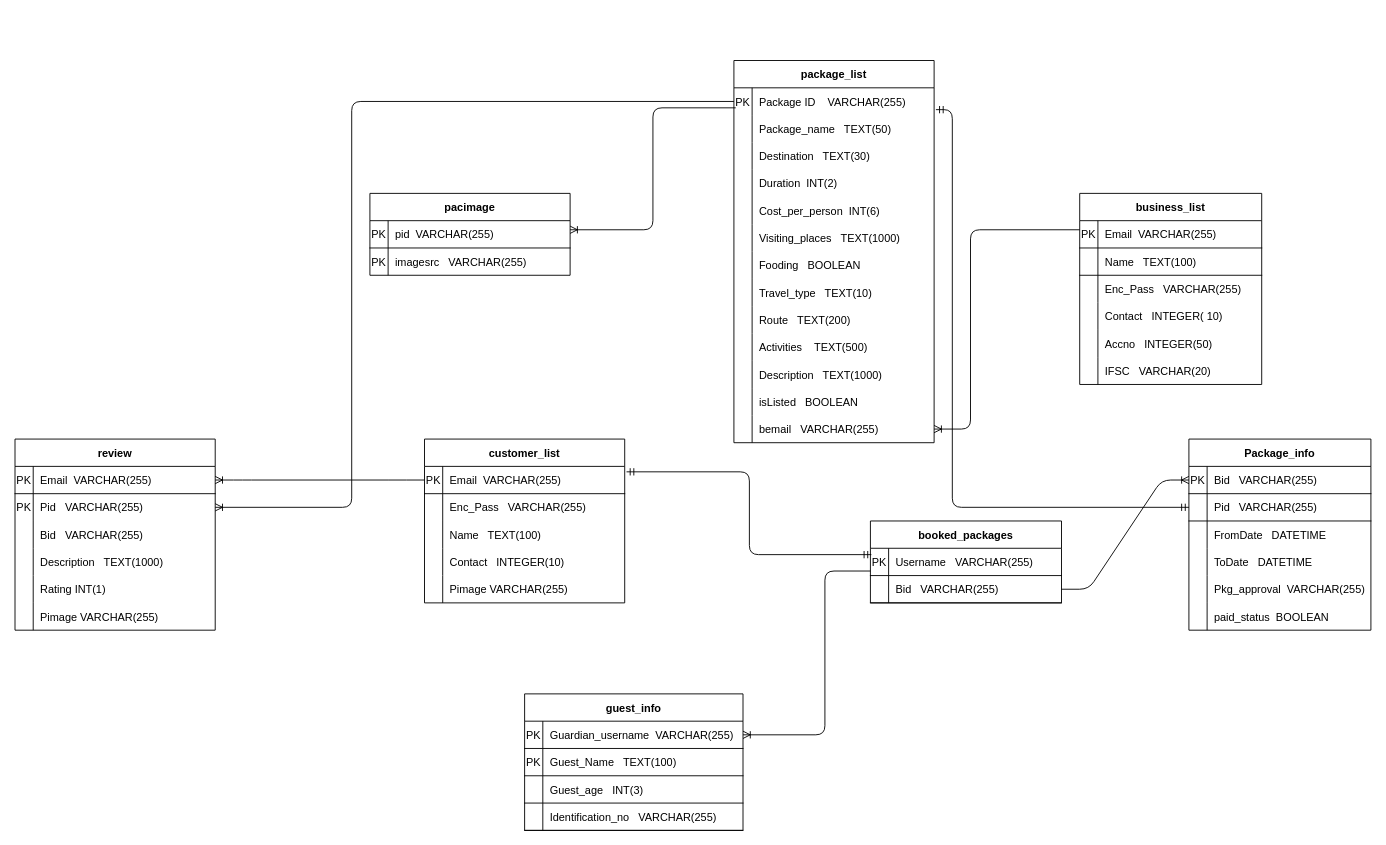
PCMasterRace007/ER keeps this draw.io diagram as ERD_SCHEMA_WITH_PAKCAGE.drawio. Above is the earlier version. Source tidied: cells renumbered, new cells numbered last; positions are measured from the earlier drawing's top-left corner, leaving out a move shared by most shapes. Both pictures are drawn from the tidied source at 91%, with x=0, y=0 at pixel (15, 60).
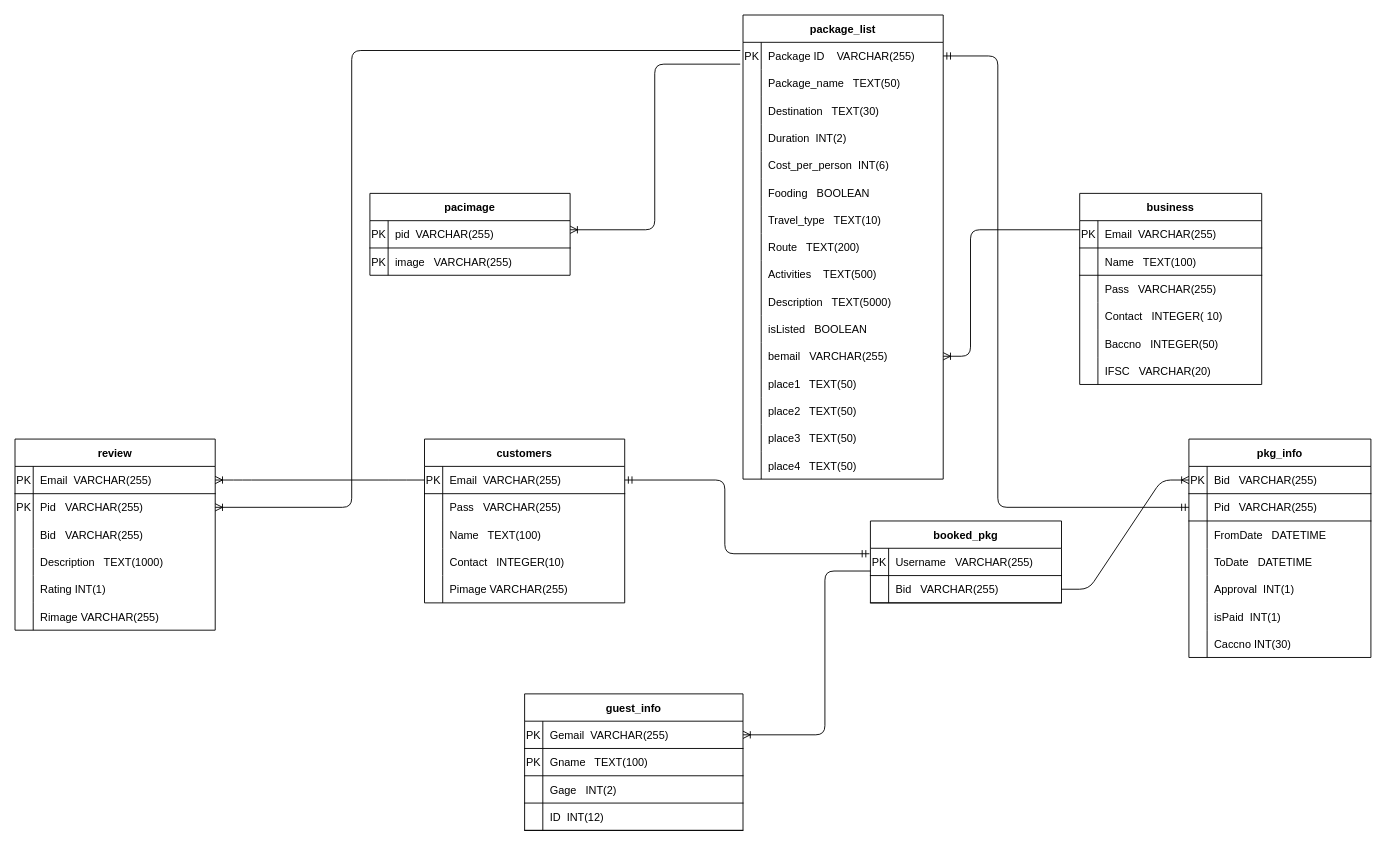
Above is the later version.

Unchanged cells that the change refers to:
```xml
<mxCell id="3" style="shape=partialRectangle;fillColor=none;top=0;left=0;bottom=0;right=0;points=[[0,0.5],[1,0.5]];portConstraint=eastwest;" parent="2" vertex="1">
  <mxGeometry y="30" width="220" height="30" as="geometry" />
</mxCell>
<mxCell id="43" style="shape=partialRectangle;fillColor=none;top=0;left=0;bottom=1;right=0;points=[[0,0.5],[1,0.5]];portConstraint=eastwest;" parent="42" vertex="1">
  <mxGeometry y="30" width="220" height="30" as="geometry" />
</mxCell>
<mxCell id="46" style="shape=partialRectangle;fillColor=none;top=0;left=0;bottom=0;right=0;" parent="42" vertex="1">
  <mxGeometry y="60" width="220" height="30" as="geometry" />
</mxCell>
<mxCell id="65" style="shape=partialRectangle;fillColor=none;top=0;left=0;bottom=0;right=0;" parent="58" vertex="1">
  <mxGeometry y="90" width="200" height="30" as="geometry" />
</mxCell>
<mxCell id="71" style="shape=partialRectangle;fillColor=none;top=0;left=0;bottom=0;right=0;" parent="58" vertex="1">
  <mxGeometry y="150" width="200" height="30" as="geometry" />
</mxCell>
<mxCell id="78" style="shape=partialRectangle;fillColor=none;top=0;left=0;bottom=1;right=0;points=[[0,0.5],[1,0.5]];portConstraint=eastwest;" parent="77" vertex="1">
  <mxGeometry y="30" width="210" height="30" as="geometry" />
</mxCell>
<mxCell id="85" style="shape=partialRectangle;fillColor=none;top=0;left=0;bottom=1;right=0;points=[[0,0.5],[1,0.5]];portConstraint=eastwest;" parent="84" vertex="1">
  <mxGeometry y="30" width="240" height="30" as="geometry" />
</mxCell>
<mxCell id="88" style="shape=partialRectangle;fillColor=none;top=0;left=0;bottom=1;right=0;" parent="84" vertex="1">
  <mxGeometry y="60" width="240" height="30" as="geometry" />
</mxCell>
<mxCell id="91" style="shape=partialRectangle;fillColor=none;top=0;left=0;bottom=1;right=0;" parent="84" vertex="1">
  <mxGeometry y="90" width="240" height="30" as="geometry" />
</mxCell>
<mxCell id="94" style="shape=partialRectangle;fillColor=none;top=0;left=0;bottom=1;right=0;" parent="84" vertex="1">
  <mxGeometry y="120" width="240" height="30" as="geometry" />
</mxCell>
<mxCell id="101" style="shape=partialRectangle;fillColor=none;top=0;left=0;bottom=1;right=0;points=[[0,0.5],[1,0.5]];portConstraint=eastwest;" parent="97" vertex="1">
  <mxGeometry y="60" width="200" height="30" as="geometry" />
</mxCell>
<mxCell id="110" style="shape=partialRectangle;fillColor=none;top=0;left=0;bottom=0;right=0;" parent="97" vertex="1">
  <mxGeometry y="150" width="200" height="30" as="geometry" />
</mxCell>
<mxCell id="113" style="shape=partialRectangle;fillColor=none;top=0;left=0;bottom=0;right=0;" parent="97" vertex="1">
  <mxGeometry y="180" width="200" height="30" as="geometry" />
</mxCell>
<mxCell id="125" style="shape=partialRectangle;fillColor=none;top=0;left=0;bottom=0;right=0;points=[[0,0.5],[1,0.5]];portConstraint=eastwest;" parent="121" vertex="1">
  <mxGeometry y="60" width="220" height="30" as="geometry" />
</mxCell>
<mxCell id="137" style="shape=partialRectangle;fillColor=none;top=0;left=0;bottom=0;right=0;" parent="121" vertex="1">
  <mxGeometry y="180" width="220" height="30" as="geometry" />
</mxCell>
<mxCell id="146" style="shape=partialRectangle;fillColor=none;top=0;left=0;bottom=0;right=0;" parent="142" vertex="1">
  <mxGeometry y="60" width="220" height="30" as="geometry" />
</mxCell>
```

Change to the diagram source:
```diff
@@
     <mxCell id="2" value="package_list" style="shape=table;startSize=30;childLayout=tableLayout;rowLines=0;fontStyle=1;align=center;" parent="1" vertex="1">
-      <mxGeometry x="790" width="220" height="420" as="geometry" />
+      <mxGeometry x="800" y="-50" width="220" height="510" as="geometry" />
     </mxCell>
@@
-    <mxCell id="18" style="shape=partialRectangle;fillColor=none;top=0;left=0;bottom=0;right=0;" parent="2" vertex="1">
-      <mxGeometry y="180" width="220" height="30" as="geometry" />
-    </mxCell>
-    <mxCell id="19" style="shape=partialRectangle;fillColor=none;top=0;left=0;bottom=0;right=0;overflow=hidden;" parent="18" vertex="1">
-      <mxGeometry width="20" height="30" as="geometry" />
-    </mxCell>
-    <mxCell id="20" value="Visiting_places   TEXT(1000)" style="shape=partialRectangle;fillColor=none;top=0;left=0;bottom=0;right=0;align=left;spacingLeft=6;overflow=hidden;" parent="18" vertex="1">
-      <mxGeometry x="20" width="200" height="30" as="geometry" />
-    </mxCell>
     <mxCell id="21" style="shape=partialRectangle;fillColor=none;top=0;left=0;bottom=0;right=0;" parent="2" vertex="1">
-      <mxGeometry y="210" width="220" height="30" as="geometry" />
+      <mxGeometry y="180" width="220" height="30" as="geometry" />
     </mxCell>
@@
     <mxCell id="24" style="shape=partialRectangle;fillColor=none;top=0;left=0;bottom=0;right=0;" parent="2" vertex="1">
-      <mxGeometry y="240" width="220" height="30" as="geometry" />
+      <mxGeometry y="210" width="220" height="30" as="geometry" />
     </mxCell>
@@
     <mxCell id="27" style="shape=partialRectangle;fillColor=none;top=0;left=0;bottom=0;right=0;" parent="2" vertex="1">
-      <mxGeometry y="270" width="220" height="30" as="geometry" />
+      <mxGeometry y="240" width="220" height="30" as="geometry" />
     </mxCell>
@@
     <mxCell id="30" style="shape=partialRectangle;fillColor=none;top=0;left=0;bottom=0;right=0;" parent="2" vertex="1">
-      <mxGeometry y="300" width="220" height="30" as="geometry" />
+      <mxGeometry y="270" width="220" height="30" as="geometry" />
     </mxCell>
@@
     <mxCell id="33" style="shape=partialRectangle;fillColor=none;top=0;left=0;bottom=0;right=0;" parent="2" vertex="1">
-      <mxGeometry y="330" width="220" height="30" as="geometry" />
+      <mxGeometry y="300" width="220" height="30" as="geometry" />
     </mxCell>
@@
-    <mxCell id="35" value="Description   TEXT(1000)" style="shape=partialRectangle;fillColor=none;top=0;left=0;bottom=0;right=0;align=left;spacingLeft=6;overflow=hidden;" parent="33" vertex="1">
+    <mxCell id="35" value="Description   TEXT(5000)" style="shape=partialRectangle;fillColor=none;top=0;left=0;bottom=0;right=0;align=left;spacingLeft=6;overflow=hidden;" parent="33" vertex="1">
       <mxGeometry x="20" width="200" height="30" as="geometry" />
     </mxCell>
     <mxCell id="36" style="shape=partialRectangle;fillColor=none;top=0;left=0;bottom=0;right=0;" parent="2" vertex="1">
-      <mxGeometry y="360" width="220" height="30" as="geometry" />
+      <mxGeometry y="330" width="220" height="30" as="geometry" />
     </mxCell>
@@
     <mxCell id="39" style="shape=partialRectangle;fillColor=none;top=0;left=0;bottom=0;right=0;points=[[0,0.5],[1,0.5]];portConstraint=eastwest;" parent="2" vertex="1">
-      <mxGeometry y="390" width="220" height="30" as="geometry" />
+      <mxGeometry y="360" width="220" height="30" as="geometry" />
     </mxCell>
@@
+    <mxCell id="18" style="shape=partialRectangle;fillColor=none;top=0;left=0;bottom=0;right=0;" parent="2" vertex="1">
+      <mxGeometry y="390" width="220" height="30" as="geometry" />
+    </mxCell>
+    <mxCell id="19" style="shape=partialRectangle;fillColor=none;top=0;left=0;bottom=0;right=0;overflow=hidden;" parent="18" vertex="1">
+      <mxGeometry width="20" height="30" as="geometry" />
+    </mxCell>
+    <mxCell id="20" value="place1   TEXT(50)" style="shape=partialRectangle;fillColor=none;top=0;left=0;bottom=0;right=0;align=left;spacingLeft=6;overflow=hidden;" parent="18" vertex="1">
+      <mxGeometry x="20" width="200" height="30" as="geometry" />
+    </mxCell>
+    <mxCell id="150" style="shape=partialRectangle;fillColor=none;top=0;left=0;bottom=0;right=0;" parent="2" vertex="1">
+      <mxGeometry y="420" width="220" height="30" as="geometry" />
+    </mxCell>
+    <mxCell id="151" style="shape=partialRectangle;fillColor=none;top=0;left=0;bottom=0;right=0;overflow=hidden;" parent="150" vertex="1">
+      <mxGeometry width="20" height="30" as="geometry" />
+    </mxCell>
+    <mxCell id="152" value="place2   TEXT(50)" style="shape=partialRectangle;fillColor=none;top=0;left=0;bottom=0;right=0;align=left;spacingLeft=6;overflow=hidden;" parent="150" vertex="1">
+      <mxGeometry x="20" width="200" height="30" as="geometry" />
+    </mxCell>
+    <mxCell id="153" style="shape=partialRectangle;fillColor=none;top=0;left=0;bottom=0;right=0;" parent="2" vertex="1">
+      <mxGeometry y="450" width="220" height="30" as="geometry" />
+    </mxCell>
+    <mxCell id="154" style="shape=partialRectangle;fillColor=none;top=0;left=0;bottom=0;right=0;overflow=hidden;" parent="153" vertex="1">
+      <mxGeometry width="20" height="30" as="geometry" />
+    </mxCell>
+    <mxCell id="155" value="place3   TEXT(50)" style="shape=partialRectangle;fillColor=none;top=0;left=0;bottom=0;right=0;align=left;spacingLeft=6;overflow=hidden;" parent="153" vertex="1">
+      <mxGeometry x="20" width="200" height="30" as="geometry" />
+    </mxCell>
+    <mxCell id="156" style="shape=partialRectangle;fillColor=none;top=0;left=0;bottom=0;right=0;" parent="2" vertex="1">
+      <mxGeometry y="480" width="220" height="30" as="geometry" />
+    </mxCell>
+    <mxCell id="157" style="shape=partialRectangle;fillColor=none;top=0;left=0;bottom=0;right=0;overflow=hidden;" parent="156" vertex="1">
+      <mxGeometry width="20" height="30" as="geometry" />
+    </mxCell>
+    <mxCell id="158" value="place4   TEXT(50)" style="shape=partialRectangle;fillColor=none;top=0;left=0;bottom=0;right=0;align=left;spacingLeft=6;overflow=hidden;" parent="156" vertex="1">
+      <mxGeometry x="20" width="200" height="30" as="geometry" />
+    </mxCell>
-    <mxCell id="42" value="customer_list" style="shape=table;startSize=30;childLayout=tableLayout;rowLines=0;fontStyle=1;align=center;" parent="1" vertex="1">
+    <mxCell id="42" value="customers" style="shape=table;startSize=30;childLayout=tableLayout;rowLines=0;fontStyle=1;align=center;" parent="1" vertex="1">
       <mxGeometry x="450" y="416" width="220" height="180" as="geometry" />
     </mxCell>
@@
-    <mxCell id="48" value="Enc_Pass   VARCHAR(255)" style="shape=partialRectangle;fillColor=none;top=0;left=0;bottom=0;right=0;align=left;spacingLeft=6;overflow=hidden;" parent="46" vertex="1">
+    <mxCell id="48" value="Pass   VARCHAR(255)" style="shape=partialRectangle;fillColor=none;top=0;left=0;bottom=0;right=0;align=left;spacingLeft=6;overflow=hidden;" parent="46" vertex="1">
       <mxGeometry x="20" width="200" height="30" as="geometry" />
     </mxCell>
@@
-    <mxCell id="58" value="business_list" style="shape=table;startSize=30;childLayout=tableLayout;rowLines=0;fontStyle=1;align=center;" parent="1" vertex="1">
+    <mxCell id="58" value="business" style="shape=table;startSize=30;childLayout=tableLayout;rowLines=0;fontStyle=1;align=center;" parent="1" vertex="1">
       <mxGeometry x="1170" y="146" width="200" height="210" as="geometry" />
     </mxCell>
@@
-    <mxCell id="67" value="Enc_Pass   VARCHAR(255)" style="shape=partialRectangle;fillColor=none;top=0;left=0;bottom=0;right=0;align=left;spacingLeft=6;overflow=hidden;" parent="65" vertex="1">
+    <mxCell id="67" value="Pass   VARCHAR(255)" style="shape=partialRectangle;fillColor=none;top=0;left=0;bottom=0;right=0;align=left;spacingLeft=6;overflow=hidden;" parent="65" vertex="1">
       <mxGeometry x="20" width="180" height="30" as="geometry" />
     </mxCell>
@@
-    <mxCell id="73" value="Accno   INTEGER(50)" style="shape=partialRectangle;fillColor=none;top=0;left=0;bottom=0;right=0;align=left;spacingLeft=6;overflow=hidden;" parent="71" vertex="1">
+    <mxCell id="73" value="Baccno   INTEGER(50)" style="shape=partialRectangle;fillColor=none;top=0;left=0;bottom=0;right=0;align=left;spacingLeft=6;overflow=hidden;" parent="71" vertex="1">
       <mxGeometry x="20" width="180" height="30" as="geometry" />
     </mxCell>
@@
-    <mxCell id="77" value="booked_packages" style="shape=table;startSize=30;childLayout=tableLayout;rowLines=0;fontStyle=1;align=center;" parent="1" vertex="1">
+    <mxCell id="77" value="booked_pkg" style="shape=table;startSize=30;childLayout=tableLayout;rowLines=0;fontStyle=1;align=center;" parent="1" vertex="1">
       <mxGeometry x="940" y="506" width="210" height="90" as="geometry" />
     </mxCell>
@@
-    <mxCell id="87" value="Guardian_username  VARCHAR(255)" style="shape=partialRectangle;fillColor=none;top=0;left=0;bottom=0;right=0;align=left;spacingLeft=6;fontStyle=0;overflow=hidden;" parent="85" vertex="1">
+    <mxCell id="87" value="Gemail  VARCHAR(255)" style="shape=partialRectangle;fillColor=none;top=0;left=0;bottom=0;right=0;align=left;spacingLeft=6;fontStyle=0;overflow=hidden;" parent="85" vertex="1">
       <mxGeometry x="20" width="220" height="30" as="geometry" />
     </mxCell>
@@
-    <mxCell id="90" value="Guest_Name   TEXT(100)" style="shape=partialRectangle;fillColor=none;top=0;left=0;bottom=0;right=0;align=left;spacingLeft=6;fontStyle=0;overflow=hidden;" parent="88" vertex="1">
+    <mxCell id="90" value="Gname   TEXT(100)" style="shape=partialRectangle;fillColor=none;top=0;left=0;bottom=0;right=0;align=left;spacingLeft=6;fontStyle=0;overflow=hidden;" parent="88" vertex="1">
       <mxGeometry x="20" width="220" height="30" as="geometry" />
     </mxCell>
@@
-    <mxCell id="93" value="Guest_age   INT(3)" style="shape=partialRectangle;fillColor=none;top=0;left=0;bottom=0;right=0;align=left;spacingLeft=6;fontStyle=0;overflow=hidden;" parent="91" vertex="1">
+    <mxCell id="93" value="Gage   INT(2)" style="shape=partialRectangle;fillColor=none;top=0;left=0;bottom=0;right=0;align=left;spacingLeft=6;fontStyle=0;overflow=hidden;" parent="91" vertex="1">
       <mxGeometry x="20" width="220" height="30" as="geometry" />
     </mxCell>
@@
-    <mxCell id="96" value="Identification_no   VARCHAR(255)" style="shape=partialRectangle;fillColor=none;top=0;left=0;bottom=0;right=0;align=left;spacingLeft=6;fontStyle=0;overflow=hidden;" parent="94" vertex="1">
+    <mxCell id="96" value="ID  INT(12)" style="shape=partialRectangle;fillColor=none;top=0;left=0;bottom=0;right=0;align=left;spacingLeft=6;fontStyle=0;overflow=hidden;" parent="94" vertex="1">
       <mxGeometry x="20" width="220" height="30" as="geometry" />
     </mxCell>
-    <mxCell id="97" value="Package_info" style="shape=table;startSize=30;childLayout=tableLayout;rowLines=0;fontStyle=1;align=center;" parent="1" vertex="1">
-      <mxGeometry x="1290" y="416" width="200" height="210" as="geometry" />
+    <mxCell id="97" value="pkg_info" style="shape=table;startSize=30;childLayout=tableLayout;rowLines=0;fontStyle=1;align=center;" parent="1" vertex="1">
+      <mxGeometry x="1290" y="416" width="200" height="240" as="geometry" />
     </mxCell>
@@
-    <mxCell id="112" value="Pkg_approval  VARCHAR(255)" style="shape=partialRectangle;fillColor=none;top=0;left=0;bottom=0;right=0;align=left;spacingLeft=6;overflow=hidden;" parent="110" vertex="1">
+    <mxCell id="112" value="Approval  INT(1)" style="shape=partialRectangle;fillColor=none;top=0;left=0;bottom=0;right=0;align=left;spacingLeft=6;overflow=hidden;" parent="110" vertex="1">
       <mxGeometry x="20" width="180" height="30" as="geometry" />
     </mxCell>
@@
-    <mxCell id="115" value="paid_status  BOOLEAN" style="shape=partialRectangle;fillColor=none;top=0;left=0;bottom=0;right=0;align=left;spacingLeft=6;overflow=hidden;" parent="113" vertex="1">
+    <mxCell id="115" value="isPaid  INT(1)" style="shape=partialRectangle;fillColor=none;top=0;left=0;bottom=0;right=0;align=left;spacingLeft=6;overflow=hidden;" parent="113" vertex="1">
       <mxGeometry x="20" width="180" height="30" as="geometry" />
     </mxCell>
+    <mxCell id="159" style="shape=partialRectangle;fillColor=none;top=0;left=0;bottom=0;right=0;" parent="97" vertex="1">
+      <mxGeometry y="210" width="200" height="30" as="geometry" />
+    </mxCell>
+    <mxCell id="160" style="shape=partialRectangle;fillColor=none;top=0;left=0;bottom=0;right=0;overflow=hidden;" parent="159" vertex="1">
+      <mxGeometry width="20" height="30" as="geometry" />
+    </mxCell>
+    <mxCell id="161" value="Caccno INT(30)" style="shape=partialRectangle;fillColor=none;top=0;left=0;bottom=0;right=0;align=left;spacingLeft=6;overflow=hidden;" parent="159" vertex="1">
+      <mxGeometry x="20" width="180" height="30" as="geometry" />
+    </mxCell>
@@
-    <mxCell id="118" style="edgeStyle=elbowEdgeStyle;fontSize=12;html=1;endArrow=ERmandOne;startArrow=ERmandOne;entryX=0.005;entryY=0.233;entryDx=0;entryDy=0;entryPerimeter=0;" parent="1" edge="1" target="78">
+    <mxCell id="118" style="edgeStyle=elbowEdgeStyle;fontSize=12;html=1;endArrow=ERmandOne;startArrow=ERmandOne;entryX=-0.005;entryY=0.2;entryDx=0;entryDy=0;entryPerimeter=0;exitX=1;exitY=0.5;exitDx=0;exitDy=0;" parent="1" edge="1" source="43" target="78">
       <mxGeometry relative="1" as="geometry">
-        <mxPoint x="672" y="452" as="sourcePoint" />
+        <Array as="points">
+          <mxPoint x="780" y="510" />
+        </Array>
       </mxGeometry>
     </mxCell>
@@
-    <mxCell id="120" style="edgeStyle=elbowEdgeStyle;fontSize=12;html=1;endArrow=ERmandOne;startArrow=ERmandOne;exitX=0;exitY=0.5;exitDx=0;exitDy=0;entryX=1.009;entryY=0.8;entryDx=0;entryDy=0;entryPerimeter=0;" parent="1" edge="1" source="101" target="3">
+    <mxCell id="120" style="edgeStyle=elbowEdgeStyle;fontSize=12;html=1;endArrow=ERmandOne;startArrow=ERmandOne;exitX=0;exitY=0.5;exitDx=0;exitDy=0;entryX=1;entryY=0.5;entryDx=0;entryDy=0;" parent="1" edge="1" source="101" target="3">
       <mxGeometry relative="1" as="geometry">
         <Array as="points">
+          <mxPoint x="1080" y="370" />
           <mxPoint x="1030" y="396" />
           <mxPoint x="1040" y="416" />
         </Array>
       </mxGeometry>
     </mxCell>
@@
-    <mxCell id="139" value="Pimage VARCHAR(255)" style="shape=partialRectangle;fillColor=none;top=0;left=0;bottom=0;right=0;align=left;spacingLeft=6;overflow=hidden;" parent="137" vertex="1">
+    <mxCell id="139" value="Rimage VARCHAR(255)" style="shape=partialRectangle;fillColor=none;top=0;left=0;bottom=0;right=0;align=left;spacingLeft=6;overflow=hidden;" parent="137" vertex="1">
       <mxGeometry x="20" width="200" height="30" as="geometry" />
     </mxCell>
@@
-    <mxCell id="141" style="edgeStyle=elbowEdgeStyle;fontSize=12;html=1;endArrow=ERoneToMany;entryX=1;entryY=0.5;entryDx=0;entryDy=0;exitX=0;exitY=0.5;exitDx=0;exitDy=0;" parent="1" edge="1" source="3" target="125">
+    <mxCell id="141" style="edgeStyle=elbowEdgeStyle;fontSize=12;html=1;endArrow=ERoneToMany;entryX=1;entryY=0.5;entryDx=0;entryDy=0;" parent="1" edge="1" target="125">
       <mxGeometry relative="1" as="geometry">
+        <mxPoint x="797" y="-11" as="sourcePoint" />
         <Array as="points">
           <mxPoint x="370" y="376" />
         </Array>
       </mxGeometry>
     </mxCell>
@@
-    <mxCell id="148" value="imagesrc   VARCHAR(255)" style="shape=partialRectangle;fillColor=none;top=0;left=0;bottom=0;right=0;align=left;spacingLeft=6;overflow=hidden;" parent="146" vertex="1">
+    <mxCell id="148" value="image   VARCHAR(255)" style="shape=partialRectangle;fillColor=none;top=0;left=0;bottom=0;right=0;align=left;spacingLeft=6;overflow=hidden;" parent="146" vertex="1">
       <mxGeometry x="20" width="200" height="30" as="geometry" />
     </mxCell>
-    <mxCell id="149" style="edgeStyle=elbowEdgeStyle;fontSize=12;html=1;endArrow=ERoneToMany;" parent="1" edge="1">
+    <mxCell id="149" style="edgeStyle=elbowEdgeStyle;fontSize=12;html=1;endArrow=ERoneToMany;exitX=-0.014;exitY=0.8;exitDx=0;exitDy=0;exitPerimeter=0;" parent="1" edge="1" source="3">
       <mxGeometry relative="1" as="geometry">
-        <mxPoint x="792" y="52" as="sourcePoint" />
         <mxPoint x="610" y="186" as="targetPoint" />
       </mxGeometry>
     </mxCell>
```
